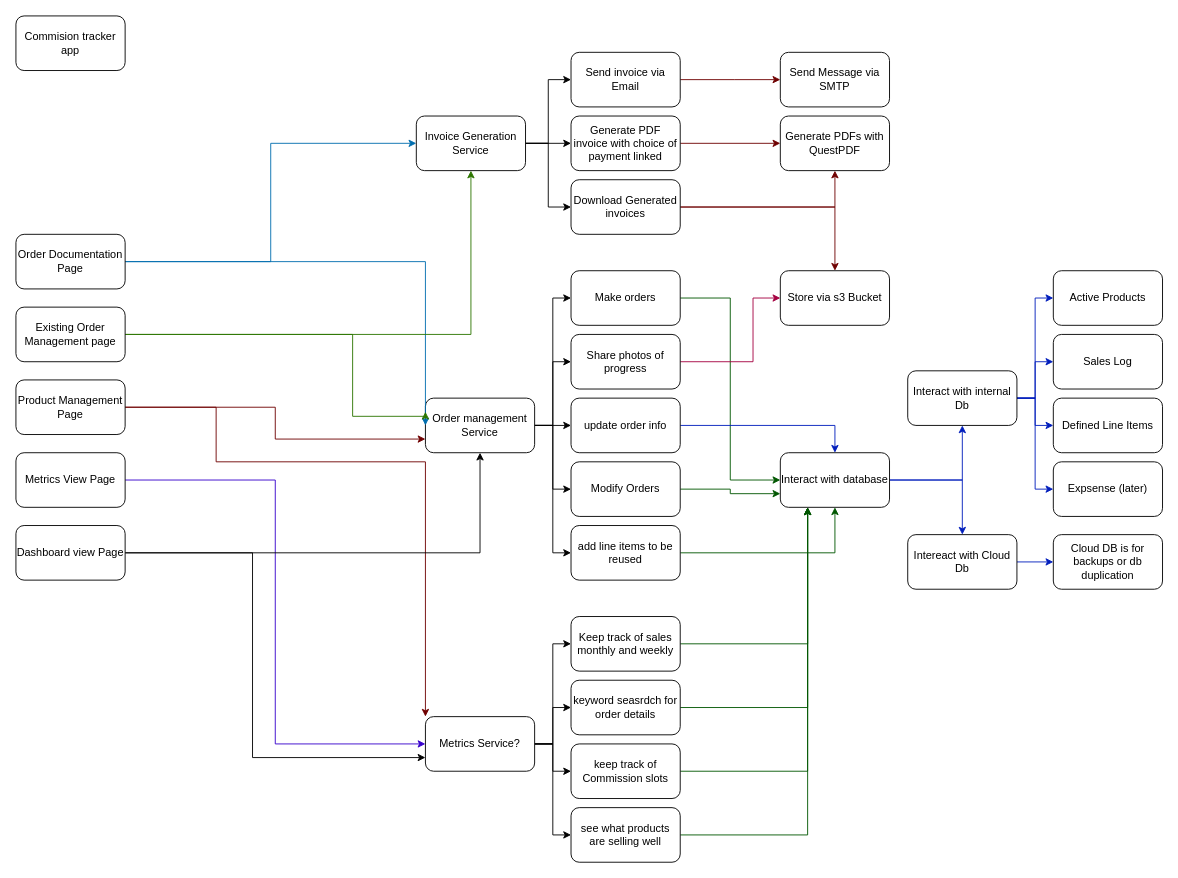
Above: Docs/Sovreign tracker Software Diag.drawio in Skyfall1235/YourSovereignLedger (draw.io), before the change. Source tidied: cells renumbered, new cells numbered last; positions are measured from the earlier drawing's top-left corner, leaving out a move shared by most shapes. Both pictures are drawn from the tidied source at 91%, with x=0, y=0 at pixel (15, 15).
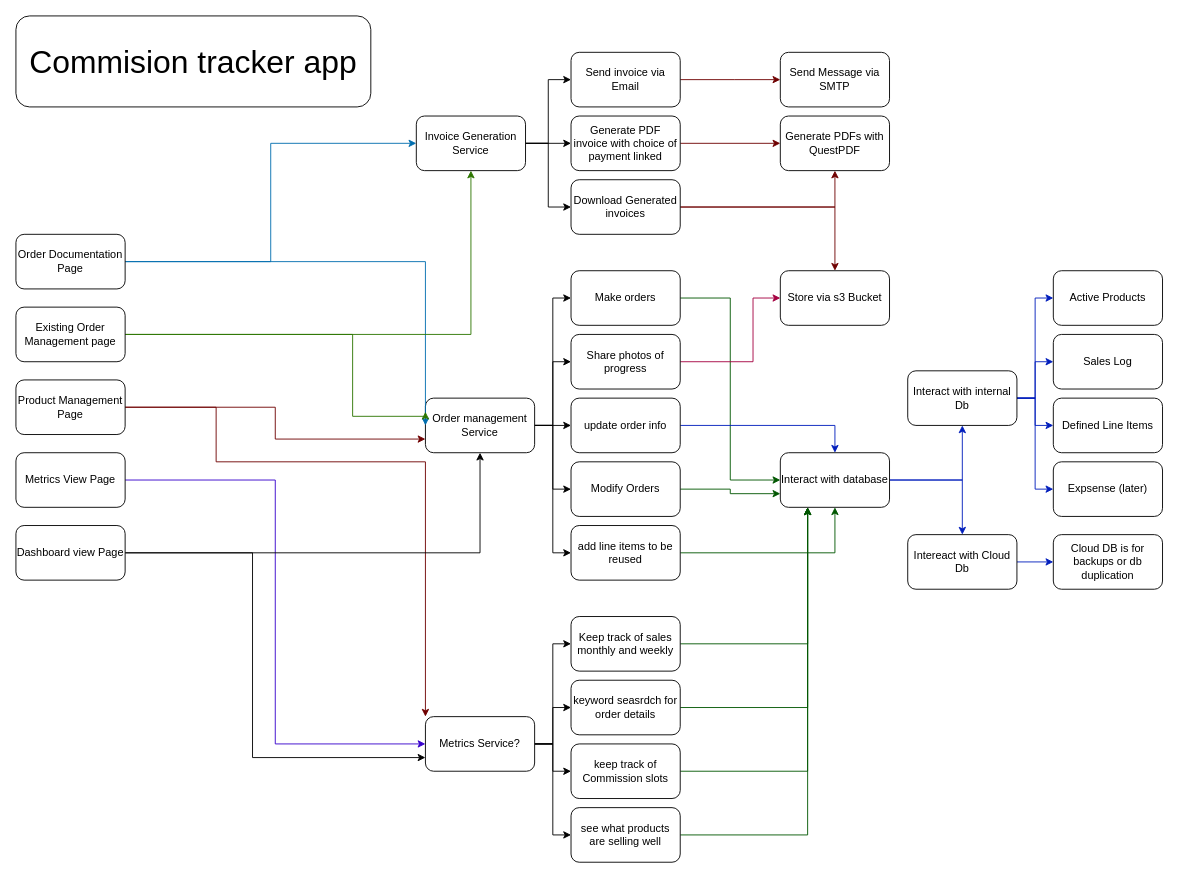
After the change.

What changed in the source:
```diff
@@
-    <mxCell id="2" value="Commision tracker app" style="rounded=1;whiteSpace=wrap;html=1;" parent="1" vertex="1">
-      <mxGeometry width="120" height="60" as="geometry" />
+    <mxCell id="2" value="&lt;font style=&quot;font-size: 35px;&quot;&gt;Commision tracker app&lt;/font&gt;" style="rounded=1;whiteSpace=wrap;html=1;" parent="1" vertex="1">
+      <mxGeometry width="390" height="100" as="geometry" />
     </mxCell>
```
